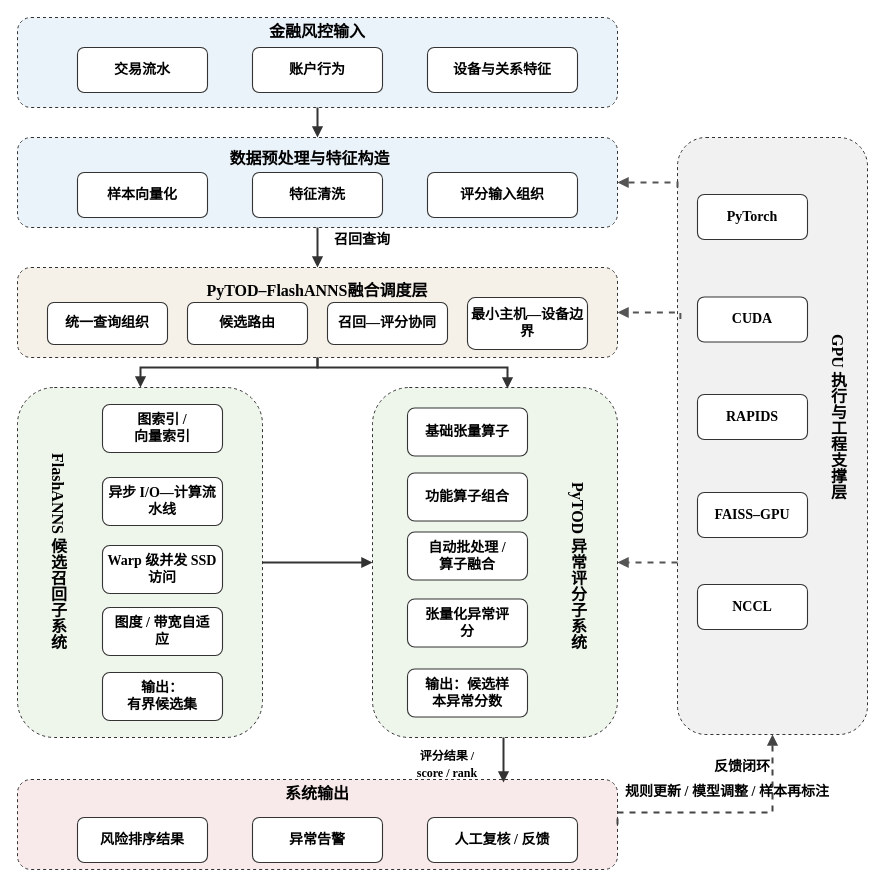
The draw.io diagram figures/fig3-2_pytod_flashanns_concept_topdown.drawio in HuangEven/latex-template, before the edit. Source tidied: cells renumbered, new cells numbered last; positions are measured from the earlier drawing's top-left corner, leaving out a move shared by most shapes. Both pictures are drawn from the tidied source at 100%, with x=0, y=0 at pixel (17, 17).
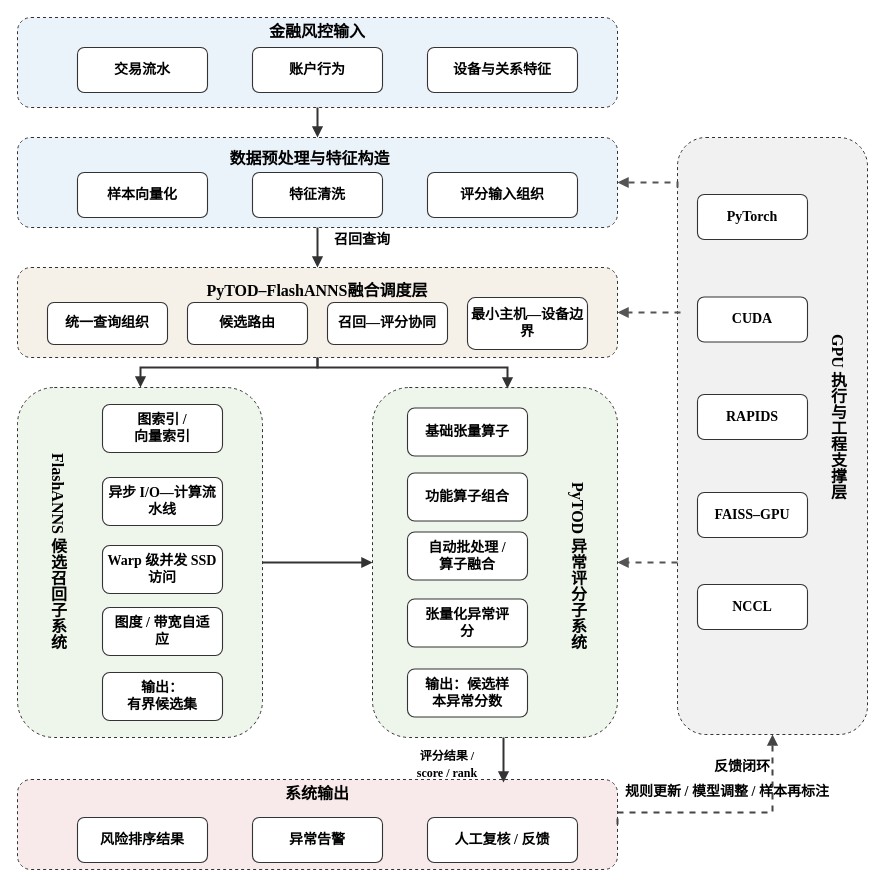
After the change.

Unchanged cells that the change refers to:
```xml
<mxCell id="6" style="rounded=1;whiteSpace=wrap;html=1;fillColor=#F5F0E8;strokeColor=#333333;strokeWidth=1;dashed=1;align=center;verticalAlign=middle;spacing=0;spacingTop=0;spacingBottom=0;spacingLeft=0;spacingRight=0;fontFamily=Times New Roman;fontSize=14;fontStyle=1;rotation=0;" parent="1" vertex="1">
  <mxGeometry y="250" width="600" height="90" as="geometry" />
</mxCell>
<mxCell id="14" style="rounded=1;whiteSpace=wrap;html=1;fillColor=#F1F1F1;strokeColor=#333333;strokeWidth=1;dashed=1;align=center;verticalAlign=middle;spacing=0;spacingTop=0;spacingBottom=0;spacingLeft=0;spacingRight=0;fontFamily=Times New Roman;fontSize=14;fontStyle=1;rotation=0;" parent="1" vertex="1">
  <mxGeometry x="660" y="120" width="190" height="597" as="geometry" />
</mxCell>
```

What changed in the source:
```diff
@@
-    <mxCell id="56" style="edgeStyle=orthogonalEdgeStyle;rounded=0;jettySize=auto;html=1;strokeColor=#555555;strokeWidth=2;endArrow=block;endFill=1;dashed=1;fontFamily=Times New Roman;fontSize=14;fontStyle=1;entryX=1;entryY=0.5;entryDx=0;entryDy=0;exitX=0.015;exitY=0.304;exitDx=0;exitDy=0;exitPerimeter=0;" parent="1" edge="1" source="14" target="6">
+    <mxCell id="56" style="edgeStyle=orthogonalEdgeStyle;rounded=0;jettySize=auto;html=1;strokeColor=#555555;strokeWidth=2;endArrow=block;endFill=1;dashed=1;fontFamily=Times New Roman;fontSize=14;fontStyle=1;entryX=1;entryY=0.5;entryDx=0;entryDy=0;" parent="1" edge="1" target="6">
       <mxGeometry relative="1" as="geometry">
+        <mxPoint x="663" y="295" as="sourcePoint" />
         <Array as="points">
-          <mxPoint x="650" y="295" />
-          <mxPoint x="650" y="295" />
+          <mxPoint x="663" y="295" />
         </Array>
       </mxGeometry>
     </mxCell>
```
